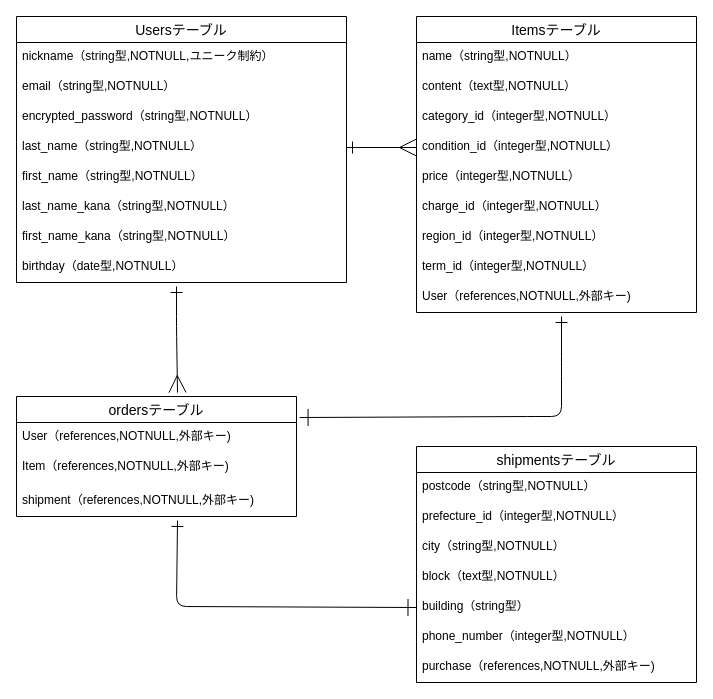
Above: ER.dio in 31chiemi/furima-38988 (draw.io), before the change. Source tidied: cells renumbered, new cells numbered last; positions are measured from the earlier drawing's top-left corner, leaving out a move shared by most shapes. Both pictures are drawn from the tidied source at 100%, with x=0, y=0 at pixel (16, 16).
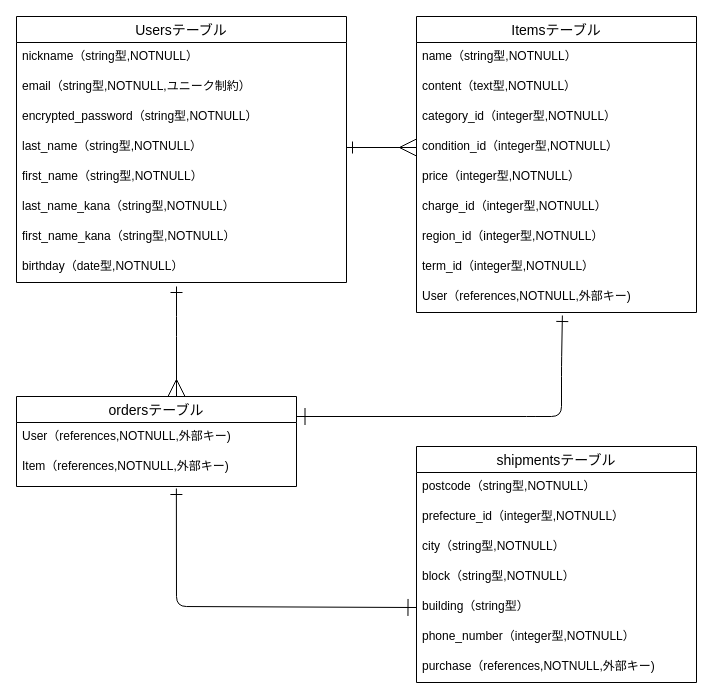
Above is the later version.

Commit message (it also covers changes not shown here):
データベース設計3

主な変更点
email→unique: true
アソシエーションの追加
外部キー削除
文字列型へ変更

Unchanged cells that the change refers to:
```xml
<mxCell id="2" value="Usersテーブル" style="swimlane;fontStyle=0;horizontal=1;startSize=26;align=center;fontSize=14;labelBackgroundColor=default;" parent="1" vertex="1">
  <mxGeometry width="330" height="266" as="geometry" />
</mxCell>
<mxCell id="20" value="User（references,NOTNULL,外部キー)" style="text;strokeColor=none;fillColor=none;spacingLeft=4;spacingRight=4;overflow=hidden;points=[[0,0.5],[1,0.5]];portConstraint=eastwest;fontSize=12;labelBackgroundColor=default;" parent="11" vertex="1">
  <mxGeometry y="266" width="280" height="30" as="geometry" />
</mxCell>
<mxCell id="21" value="shipmentsテーブル" style="swimlane;fontStyle=0;horizontal=1;startSize=26;align=center;fontSize=14;labelBackgroundColor=default;" parent="1" vertex="1">
  <mxGeometry x="400" y="430" width="280" height="236" as="geometry" />
</mxCell>
<mxCell id="26" value="building（string型）" style="text;strokeColor=none;fillColor=none;spacingLeft=4;spacingRight=4;overflow=hidden;points=[[0,0.5],[1,0.5]];portConstraint=eastwest;fontSize=12;labelBackgroundColor=default;" parent="21" vertex="1">
  <mxGeometry y="146" width="280" height="30" as="geometry" />
</mxCell>
<mxCell id="31" value="Item（references,NOTNULL,外部キー)" style="text;strokeColor=none;fillColor=none;spacingLeft=4;spacingRight=4;overflow=hidden;points=[[0,0.5],[1,0.5]];portConstraint=eastwest;fontSize=12;labelBackgroundColor=default;" parent="29" vertex="1">
  <mxGeometry y="56" width="280" height="34" as="geometry" />
</mxCell>
```

What changed in the source:
```diff
@@
-    <mxCell id="3" value="nickname（string型,NOTNULL,ユニーク制約）" style="text;spacingLeft=4;spacingRight=4;overflow=hidden;fontSize=12;labelBackgroundColor=default;" parent="2" vertex="1">
+    <mxCell id="3" value="nickname（string型,NOTNULL）" style="text;spacingLeft=4;spacingRight=4;overflow=hidden;fontSize=12;labelBackgroundColor=default;" parent="2" vertex="1">
       <mxGeometry y="26" width="330" height="30" as="geometry" />
     </mxCell>
-    <mxCell id="4" value="email（string型,NOTNULL）" style="text;spacingLeft=4;spacingRight=4;overflow=hidden;fontSize=12;labelBackgroundColor=default;" parent="2" vertex="1">
+    <mxCell id="4" value="email（string型,NOTNULL,ユニーク制約）" style="text;spacingLeft=4;spacingRight=4;overflow=hidden;fontSize=12;labelBackgroundColor=default;" parent="2" vertex="1">
       <mxGeometry y="56" width="330" height="30" as="geometry" />
     </mxCell>
@@
-    <mxCell id="25" value="block（text型,NOTNULL）" style="text;strokeColor=none;fillColor=none;spacingLeft=4;spacingRight=4;overflow=hidden;fontSize=12;labelBackgroundColor=default;" parent="21" vertex="1">
+    <mxCell id="25" value="block（string型,NOTNULL）" style="text;strokeColor=none;fillColor=none;spacingLeft=4;spacingRight=4;overflow=hidden;fontSize=12;labelBackgroundColor=default;" parent="21" vertex="1">
       <mxGeometry y="116" width="280" height="30" as="geometry" />
     </mxCell>
@@
     <mxCell id="29" value="ordersテーブル" style="swimlane;fontStyle=0;horizontal=1;startSize=26;align=center;fontSize=14;labelBackgroundColor=default;" parent="1" vertex="1">
-      <mxGeometry y="380" width="280" height="120" as="geometry" />
+      <mxGeometry y="380" width="280" height="90" as="geometry" />
     </mxCell>
@@
-    <mxCell id="32" value="shipment（references,NOTNULL,外部キー)" style="text;strokeColor=none;fillColor=none;spacingLeft=4;spacingRight=4;overflow=hidden;points=[[0,0.5],[1,0.5]];portConstraint=eastwest;fontSize=12;labelBackgroundColor=default;" parent="29" vertex="1">
-      <mxGeometry y="90" width="280" height="30" as="geometry" />
-    </mxCell>
@@
-    <mxCell id="34" style="edgeStyle=none;html=1;startArrow=ERone;startFill=0;endArrow=ERmany;endFill=0;startSize=10;endSize=15;entryX=0.575;entryY=-0.033;entryDx=0;entryDy=0;entryPerimeter=0;labelBackgroundColor=default;" parent="1" edge="1" target="29">
+    <mxCell id="34" style="edgeStyle=none;html=1;startArrow=ERone;startFill=0;endArrow=ERmany;endFill=0;startSize=10;endSize=15;labelBackgroundColor=default;" parent="1" edge="1">
       <mxGeometry relative="1" as="geometry">
         <mxPoint x="160" y="270" as="sourcePoint" />
+        <mxPoint x="160" y="380" as="targetPoint" />
         <Array as="points">
           <mxPoint x="160" y="310" />
         </Array>
       </mxGeometry>
     </mxCell>
-    <mxCell id="35" style="edgeStyle=none;html=1;exitX=0.518;exitY=1.133;exitDx=0;exitDy=0;startArrow=ERone;startFill=0;endArrow=ERone;endFill=0;startSize=10;endSize=15;entryX=1.011;entryY=0.175;entryDx=0;entryDy=0;exitPerimeter=0;entryPerimeter=0;labelBackgroundColor=default;" parent="1" edge="1" source="20" target="29">
+    <mxCell id="35" style="edgeStyle=none;html=1;exitX=0.521;exitY=1.1;exitDx=0;exitDy=0;startArrow=ERone;startFill=0;endArrow=ERone;endFill=0;startSize=10;endSize=15;exitPerimeter=0;labelBackgroundColor=default;" parent="1" edge="1" source="20">
       <mxGeometry relative="1" as="geometry">
+        <mxPoint x="280" y="400" as="targetPoint" />
         <Array as="points">
           <mxPoint x="545" y="350" />
           <mxPoint x="545" y="400" />
           <mxPoint x="520" y="400" />
         </Array>
       </mxGeometry>
     </mxCell>
-    <mxCell id="36" style="edgeStyle=none;html=1;exitX=0.575;exitY=1.133;exitDx=0;exitDy=0;startArrow=ERone;startFill=0;endArrow=ERone;endFill=0;startSize=10;endSize=15;exitPerimeter=0;entryX=0;entryY=0.5;entryDx=0;entryDy=0;labelBackgroundColor=default;" parent="1" edge="1" source="32" target="26">
+    <mxCell id="36" style="edgeStyle=none;html=1;exitX=0.571;exitY=1.059;exitDx=0;exitDy=0;startArrow=ERone;startFill=0;endArrow=ERone;endFill=0;startSize=10;endSize=15;exitPerimeter=0;entryX=0;entryY=0.5;entryDx=0;entryDy=0;labelBackgroundColor=default;" parent="1" edge="1" source="31" target="26">
       <mxGeometry relative="1" as="geometry">
         <Array as="points">
           <mxPoint x="160" y="590" />
         </Array>
       </mxGeometry>
     </mxCell>
```
